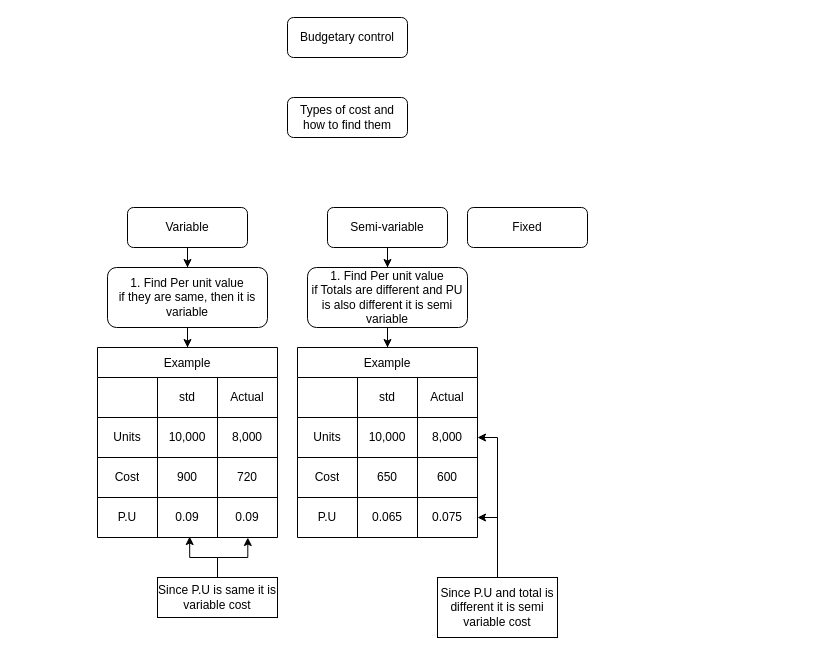
The draw.io diagram C15: Budget and Budgetary Control.drawio in ShamanthMurali/INT-Costing, before the edit. Source tidied: cells renumbered, new cells numbered last; positions are measured from the earlier drawing's top-left corner, leaving out a move shared by most shapes. Both pictures are drawn from the tidied source at 100%, with x=0, y=0 at pixel (97, 17).
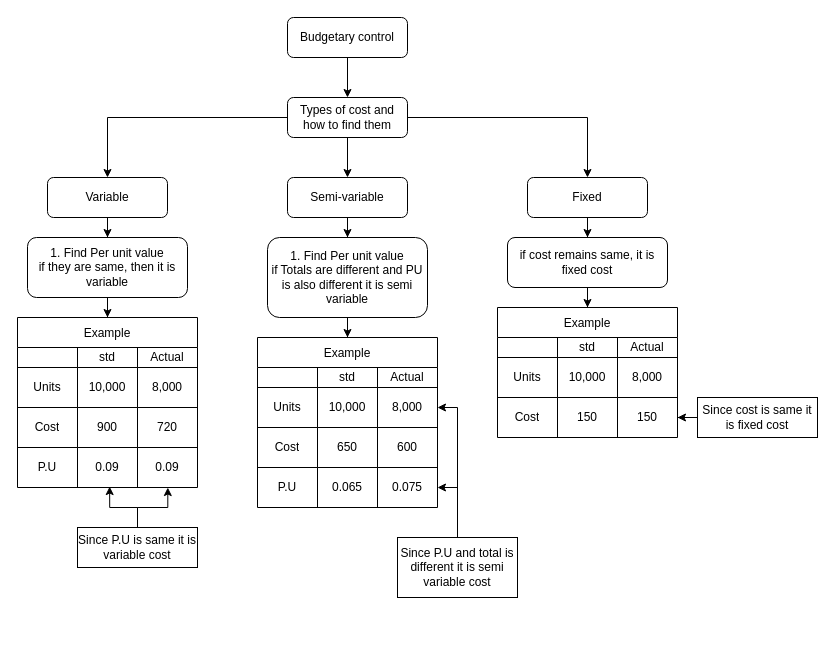
The same page after the edit.

The change refers to these unchanged cells:
```xml
<mxCell id="2" value="Budgetary control" style="rounded=1;whiteSpace=wrap;html=1;" parent="1" vertex="1">
  <mxGeometry x="190" width="120" height="40" as="geometry" />
</mxCell>
<mxCell id="3" value="Types of cost and how to find them" style="rounded=1;whiteSpace=wrap;html=1;" parent="1" vertex="1">
  <mxGeometry x="190" y="80" width="120" height="40" as="geometry" />
</mxCell>
```

Change to the diagram source:
```diff
@@
+    <mxCell id="53" style="edgeStyle=orthogonalEdgeStyle;rounded=0;jettySize=auto;html=1;" parent="1" edge="1" source="2" target="3">
+      <mxGeometry relative="1" as="geometry" />
+    </mxCell>
@@
+    <mxCell id="54" style="edgeStyle=orthogonalEdgeStyle;rounded=0;jettySize=auto;html=1;" parent="1" edge="1" source="3" target="6">
+      <mxGeometry relative="1" as="geometry" />
+    </mxCell>
+    <mxCell id="55" style="edgeStyle=orthogonalEdgeStyle;rounded=0;jettySize=auto;html=1;" parent="1" edge="1" source="3" target="8">
+      <mxGeometry relative="1" as="geometry" />
+    </mxCell>
+    <mxCell id="56" style="edgeStyle=orthogonalEdgeStyle;rounded=0;jettySize=auto;html=1;" parent="1" edge="1" source="3" target="4">
+      <mxGeometry relative="1" as="geometry" />
+    </mxCell>
@@
+    <mxCell id="57" style="edgeStyle=orthogonalEdgeStyle;rounded=0;jettySize=auto;html=1;" parent="1" edge="1" source="4" target="72">
+      <mxGeometry relative="1" as="geometry" />
+    </mxCell>
     <mxCell id="4" value="Fixed" style="rounded=1;whiteSpace=wrap;html=1;" parent="1" vertex="1">
-      <mxGeometry x="370" y="190" width="120" height="40" as="geometry" />
+      <mxGeometry x="430" y="160" width="120" height="40" as="geometry" />
     </mxCell>
@@
     <mxCell id="6" value="Semi-variable" style="rounded=1;whiteSpace=wrap;html=1;" parent="1" vertex="1">
-      <mxGeometry x="230" y="190" width="120" height="40" as="geometry" />
+      <mxGeometry x="190" y="160" width="120" height="40" as="geometry" />
     </mxCell>
@@
     <mxCell id="8" value="Variable" style="rounded=1;whiteSpace=wrap;html=1;" parent="1" vertex="1">
-      <mxGeometry x="30" y="190" width="120" height="40" as="geometry" />
+      <mxGeometry x="-50" y="160" width="120" height="40" as="geometry" />
     </mxCell>
@@
     <mxCell id="10" value="&lt;div&gt;1. Find Per unit value&lt;/div&gt;&lt;div&gt;if they are same, then it is variable&lt;br&gt;&lt;/div&gt;" style="rounded=1;whiteSpace=wrap;html=1;" parent="1" vertex="1">
-      <mxGeometry x="10" y="250" width="160" height="60" as="geometry" />
+      <mxGeometry x="-70" y="220" width="160" height="60" as="geometry" />
     </mxCell>
     <mxCell id="11" value="Example" style="shape=table;startSize=30;childLayout=tableLayout;" parent="1" vertex="1">
-      <mxGeometry y="330" width="180" height="190" as="geometry" />
+      <mxGeometry x="-80" y="300" width="180" height="170" as="geometry" />
     </mxCell>
     <mxCell id="12" style="shape=partialRectangle;fillColor=none;top=0;left=0;bottom=0;right=0;" parent="11" vertex="1">
-      <mxGeometry y="30" width="180" height="40" as="geometry" />
+      <mxGeometry y="30" width="180" height="20" as="geometry" />
     </mxCell>
     <mxCell id="13" style="shape=partialRectangle;html=1;whiteSpace=wrap;overflow=hidden;fillColor=none;top=0;left=0;bottom=0;right=0;" parent="12" vertex="1">
-      <mxGeometry width="60" height="40" as="geometry" />
+      <mxGeometry width="60" height="20" as="geometry" />
     </mxCell>
     <mxCell id="14" value="std" style="shape=partialRectangle;html=1;whiteSpace=wrap;overflow=hidden;fillColor=none;top=0;left=0;bottom=0;right=0;" parent="12" vertex="1">
-      <mxGeometry x="60" width="60" height="40" as="geometry" />
+      <mxGeometry x="60" width="60" height="20" as="geometry" />
     </mxCell>
     <mxCell id="15" value="Actual" style="shape=partialRectangle;html=1;whiteSpace=wrap;overflow=hidden;fillColor=none;top=0;left=0;bottom=0;right=0;" parent="12" vertex="1">
-      <mxGeometry x="120" width="60" height="40" as="geometry" />
+      <mxGeometry x="120" width="60" height="20" as="geometry" />
     </mxCell>
     <mxCell id="16" style="shape=partialRectangle;fillColor=none;top=0;left=0;bottom=0;right=0;" parent="11" vertex="1">
-      <mxGeometry y="70" width="180" height="40" as="geometry" />
+      <mxGeometry y="50" width="180" height="40" as="geometry" />
     </mxCell>
@@
     <mxCell id="20" style="shape=partialRectangle;fillColor=none;top=0;left=0;bottom=0;right=0;" parent="11" vertex="1">
-      <mxGeometry y="110" width="180" height="40" as="geometry" />
+      <mxGeometry y="90" width="180" height="40" as="geometry" />
     </mxCell>
@@
     <mxCell id="24" style="shape=partialRectangle;fillColor=none;top=0;left=0;bottom=0;right=0;points=[[0,0.5],[1,0.5]];portConstraint=eastwest;" parent="11" vertex="1">
-      <mxGeometry y="150" width="180" height="40" as="geometry" />
+      <mxGeometry y="130" width="180" height="40" as="geometry" />
     </mxCell>
@@
     <mxCell id="30" value="Since P.U is same it is variable cost" style="rounded=0;whiteSpace=wrap;html=1;" parent="1" vertex="1">
-      <mxGeometry x="60" y="560" width="120" height="40" as="geometry" />
+      <mxGeometry x="-20" y="510" width="120" height="40" as="geometry" />
     </mxCell>
     <mxCell id="31" value="Example" style="shape=table;startSize=30;childLayout=tableLayout;" parent="1" vertex="1">
-      <mxGeometry x="200" y="330" width="180" height="190" as="geometry" />
+      <mxGeometry x="160" y="320" width="180" height="170" as="geometry" />
     </mxCell>
     <mxCell id="32" style="shape=partialRectangle;fillColor=none;top=0;left=0;bottom=0;right=0;" parent="31" vertex="1">
-      <mxGeometry y="30" width="180" height="40" as="geometry" />
+      <mxGeometry y="30" width="180" height="20" as="geometry" />
     </mxCell>
     <mxCell id="33" style="shape=partialRectangle;html=1;whiteSpace=wrap;overflow=hidden;fillColor=none;top=0;left=0;bottom=0;right=0;" parent="32" vertex="1">
-      <mxGeometry width="60" height="40" as="geometry" />
+      <mxGeometry width="60" height="20" as="geometry" />
     </mxCell>
     <mxCell id="34" value="std" style="shape=partialRectangle;html=1;whiteSpace=wrap;overflow=hidden;fillColor=none;top=0;left=0;bottom=0;right=0;" parent="32" vertex="1">
-      <mxGeometry x="60" width="60" height="40" as="geometry" />
+      <mxGeometry x="60" width="60" height="20" as="geometry" />
     </mxCell>
     <mxCell id="35" value="Actual" style="shape=partialRectangle;html=1;whiteSpace=wrap;overflow=hidden;fillColor=none;top=0;left=0;bottom=0;right=0;" parent="32" vertex="1">
-      <mxGeometry x="120" width="60" height="40" as="geometry" />
+      <mxGeometry x="120" width="60" height="20" as="geometry" />
     </mxCell>
     <mxCell id="36" style="shape=partialRectangle;fillColor=none;top=0;left=0;bottom=0;right=0;points=[[0,0.5],[1,0.5]];portConstraint=eastwest;" parent="31" vertex="1">
-      <mxGeometry y="70" width="180" height="40" as="geometry" />
+      <mxGeometry y="50" width="180" height="40" as="geometry" />
     </mxCell>
@@
     <mxCell id="40" style="shape=partialRectangle;fillColor=none;top=0;left=0;bottom=0;right=0;" parent="31" vertex="1">
-      <mxGeometry y="110" width="180" height="40" as="geometry" />
+      <mxGeometry y="90" width="180" height="40" as="geometry" />
     </mxCell>
@@
     <mxCell id="44" style="shape=partialRectangle;fillColor=none;top=0;left=0;bottom=0;right=0;points=[[0,0.5],[1,0.5]];portConstraint=eastwest;" parent="31" vertex="1">
-      <mxGeometry y="150" width="180" height="40" as="geometry" />
+      <mxGeometry y="130" width="180" height="40" as="geometry" />
     </mxCell>
@@
     <mxCell id="49" value="&lt;div&gt;1. Find Per unit value&lt;/div&gt;&lt;div&gt;if Totals are different and PU is also different it is semi variable&lt;br&gt;&lt;/div&gt;" style="rounded=1;whiteSpace=wrap;html=1;" parent="1" vertex="1">
-      <mxGeometry x="210" y="250" width="160" height="60" as="geometry" />
+      <mxGeometry x="170" y="220" width="160" height="80" as="geometry" />
     </mxCell>
@@
     <mxCell id="52" value="Since P.U and total is different it is semi variable cost" style="rounded=0;whiteSpace=wrap;html=1;" parent="1" vertex="1">
-      <mxGeometry x="340" y="560" width="120" height="60" as="geometry" />
+      <mxGeometry x="300" y="520" width="120" height="60" as="geometry" />
     </mxCell>
+    <mxCell id="58" value="Example" style="shape=table;startSize=30;childLayout=tableLayout;" parent="1" vertex="1">
+      <mxGeometry x="400" y="290" width="180" height="130" as="geometry" />
+    </mxCell>
+    <mxCell id="59" style="shape=partialRectangle;fillColor=none;top=0;left=0;bottom=0;right=0;" parent="58" vertex="1">
+      <mxGeometry y="30" width="180" height="20" as="geometry" />
+    </mxCell>
+    <mxCell id="60" style="shape=partialRectangle;html=1;whiteSpace=wrap;overflow=hidden;fillColor=none;top=0;left=0;bottom=0;right=0;" parent="59" vertex="1">
+      <mxGeometry width="60" height="20" as="geometry" />
+    </mxCell>
+    <mxCell id="61" value="std" style="shape=partialRectangle;html=1;whiteSpace=wrap;overflow=hidden;fillColor=none;top=0;left=0;bottom=0;right=0;" parent="59" vertex="1">
+      <mxGeometry x="60" width="60" height="20" as="geometry" />
+    </mxCell>
+    <mxCell id="62" value="Actual" style="shape=partialRectangle;html=1;whiteSpace=wrap;overflow=hidden;fillColor=none;top=0;left=0;bottom=0;right=0;" parent="59" vertex="1">
+      <mxGeometry x="120" width="60" height="20" as="geometry" />
+    </mxCell>
+    <mxCell id="63" style="shape=partialRectangle;fillColor=none;top=0;left=0;bottom=0;right=0;" parent="58" vertex="1">
+      <mxGeometry y="50" width="180" height="40" as="geometry" />
+    </mxCell>
+    <mxCell id="64" value="Units" style="shape=partialRectangle;html=1;whiteSpace=wrap;overflow=hidden;fillColor=none;top=0;left=0;bottom=0;right=0;" parent="63" vertex="1">
+      <mxGeometry width="60" height="40" as="geometry" />
+    </mxCell>
+    <mxCell id="65" value="10,000" style="shape=partialRectangle;html=1;whiteSpace=wrap;overflow=hidden;fillColor=none;top=0;left=0;bottom=0;right=0;" parent="63" vertex="1">
+      <mxGeometry x="60" width="60" height="40" as="geometry" />
+    </mxCell>
+    <mxCell id="66" value="8,000" style="shape=partialRectangle;html=1;whiteSpace=wrap;overflow=hidden;fillColor=none;top=0;left=0;bottom=0;right=0;" parent="63" vertex="1">
+      <mxGeometry x="120" width="60" height="40" as="geometry" />
+    </mxCell>
+    <mxCell id="67" style="shape=partialRectangle;fillColor=none;top=0;left=0;bottom=0;right=0;points=[[0,0.5],[1,0.5]];portConstraint=eastwest;" parent="58" vertex="1">
+      <mxGeometry y="90" width="180" height="40" as="geometry" />
+    </mxCell>
+    <mxCell id="68" value="Cost" style="shape=partialRectangle;html=1;whiteSpace=wrap;overflow=hidden;fillColor=none;top=0;left=0;bottom=0;right=0;" parent="67" vertex="1">
+      <mxGeometry width="60" height="40" as="geometry" />
+    </mxCell>
+    <mxCell id="69" value="150" style="shape=partialRectangle;html=1;whiteSpace=wrap;overflow=hidden;fillColor=none;top=0;left=0;bottom=0;right=0;" parent="67" vertex="1">
+      <mxGeometry x="60" width="60" height="40" as="geometry" />
+    </mxCell>
+    <mxCell id="70" value="150" style="shape=partialRectangle;html=1;whiteSpace=wrap;overflow=hidden;fillColor=none;top=0;left=0;bottom=0;right=0;" parent="67" vertex="1">
+      <mxGeometry x="120" width="60" height="40" as="geometry" />
+    </mxCell>
+    <mxCell id="71" style="edgeStyle=orthogonalEdgeStyle;rounded=0;jettySize=auto;html=1;entryX=0.5;entryY=0;entryDx=0;entryDy=0;" parent="1" edge="1" source="72" target="58">
+      <mxGeometry relative="1" as="geometry" />
+    </mxCell>
+    <mxCell id="72" value="if cost remains same, it is fixed cost" style="rounded=1;whiteSpace=wrap;html=1;" parent="1" vertex="1">
+      <mxGeometry x="410" y="220" width="160" height="50" as="geometry" />
+    </mxCell>
+    <mxCell id="73" style="edgeStyle=orthogonalEdgeStyle;rounded=0;jettySize=auto;html=1;entryX=1;entryY=0.5;entryDx=0;entryDy=0;" parent="1" edge="1" source="74" target="67">
+      <mxGeometry relative="1" as="geometry" />
+    </mxCell>
+    <mxCell id="74" value="Since cost is same it is fixed cost" style="rounded=0;whiteSpace=wrap;html=1;" parent="1" vertex="1">
+      <mxGeometry x="600" y="380" width="120" height="40" as="geometry" />
+    </mxCell>
```
